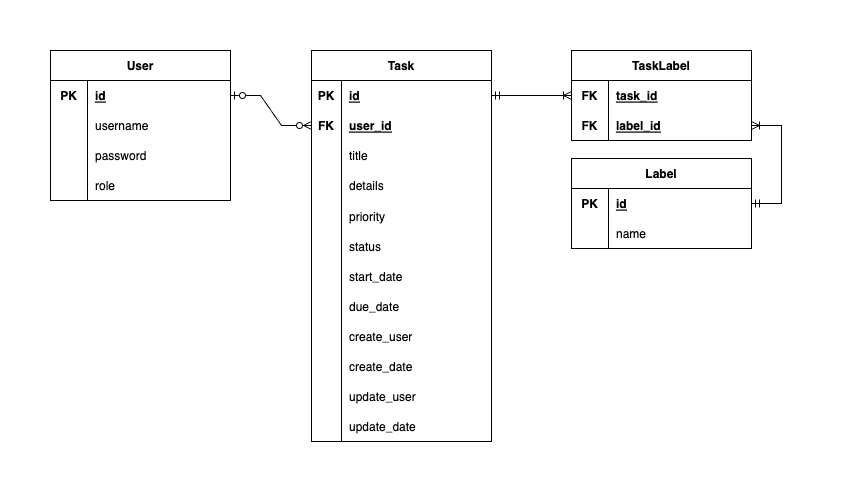
Earlier version of the draw.io export myapp/docs/model.png (everyleaf/el-training). Source tidied: cells renumbered, new cells last; positions are measured from the earlier drawing's top-left corner, leaving out a move shared by most shapes.
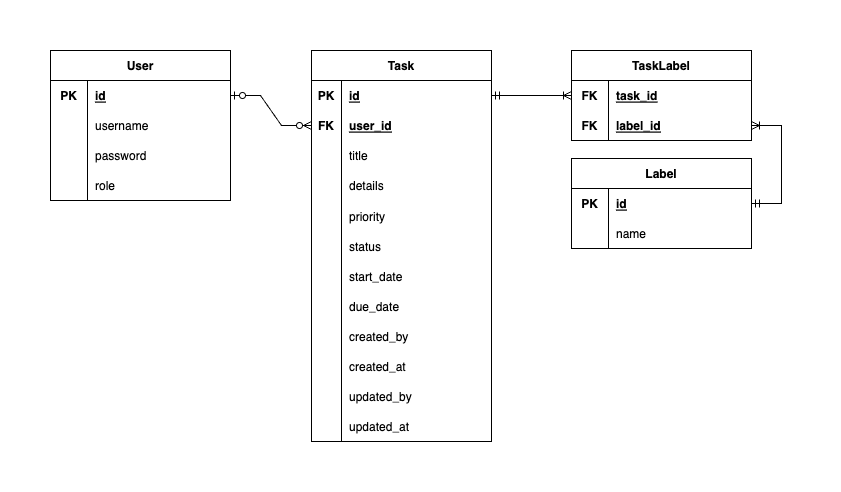
The same file after the commit.

Commit message:
Fix Table name, Column name

The edit, as a diff of the source:
```diff
@@ -125,7 +125,7 @@
     <mxCell id="42" style="shape=partialRectangle;top=0;left=0;bottom=0;right=0;overflow=hidden;labelBackgroundColor=none;labelBorderColor=none;fillColor=none;fontColor=#000000;strokeColor=#000000;rounded=0;" parent="41" vertex="1">
       <mxGeometry width="30" height="30" as="geometry" />
     </mxCell>
-    <mxCell id="43" value="create_user" style="shape=partialRectangle;top=0;left=0;bottom=0;right=0;align=left;spacingLeft=6;overflow=hidden;labelBackgroundColor=none;labelBorderColor=none;fillColor=none;fontColor=#000000;strokeColor=#000000;rounded=0;" parent="41" vertex="1">
+    <mxCell id="43" value="created_by" style="shape=partialRectangle;top=0;left=0;bottom=0;right=0;align=left;spacingLeft=6;overflow=hidden;labelBackgroundColor=none;labelBorderColor=none;fillColor=none;fontColor=#000000;strokeColor=#000000;rounded=0;" parent="41" vertex="1">
       <mxGeometry x="30" width="150" height="30" as="geometry" />
     </mxCell>
     <mxCell id="44" style="shape=tableRow;horizontal=0;startSize=0;swimlaneHead=0;swimlaneBody=0;top=0;left=0;right=0;bottom=0;labelBackgroundColor=none;labelBorderColor=none;fillColor=none;fontColor=#000000;strokeColor=#000000;rounded=0;" parent="15" vertex="1">
@@ -137,7 +137,7 @@
     <mxCell id="46" style="shape=partialRectangle;top=0;left=0;bottom=0;right=0;overflow=hidden;labelBackgroundColor=none;labelBorderColor=none;fillColor=none;fontColor=#000000;strokeColor=#000000;rounded=0;" parent="44" vertex="1">
       <mxGeometry width="30" height="30" as="geometry" />
     </mxCell>
-    <mxCell id="47" value="create_date" style="shape=partialRectangle;top=0;left=0;bottom=0;right=0;align=left;spacingLeft=6;overflow=hidden;labelBackgroundColor=none;labelBorderColor=none;fillColor=none;fontColor=#000000;strokeColor=#000000;rounded=0;" parent="44" vertex="1">
+    <mxCell id="47" value="created_at" style="shape=partialRectangle;top=0;left=0;bottom=0;right=0;align=left;spacingLeft=6;overflow=hidden;labelBackgroundColor=none;labelBorderColor=none;fillColor=none;fontColor=#000000;strokeColor=#000000;rounded=0;" parent="44" vertex="1">
       <mxGeometry x="30" width="150" height="30" as="geometry" />
     </mxCell>
     <mxCell id="48" style="shape=tableRow;horizontal=0;startSize=0;swimlaneHead=0;swimlaneBody=0;top=0;left=0;right=0;bottom=0;labelBackgroundColor=none;labelBorderColor=none;fillColor=none;fontColor=#000000;strokeColor=#000000;rounded=0;" parent="15" vertex="1">
@@ -149,7 +149,7 @@
     <mxCell id="50" style="shape=partialRectangle;top=0;left=0;bottom=0;right=0;overflow=hidden;labelBackgroundColor=none;labelBorderColor=none;fillColor=none;fontColor=#000000;strokeColor=#000000;rounded=0;" parent="48" vertex="1">
       <mxGeometry width="30" height="30" as="geometry" />
     </mxCell>
-    <mxCell id="51" value="update_user" style="shape=partialRectangle;top=0;left=0;bottom=0;right=0;align=left;spacingLeft=6;overflow=hidden;labelBackgroundColor=none;labelBorderColor=none;fillColor=none;fontColor=#000000;strokeColor=#000000;rounded=0;" parent="48" vertex="1">
+    <mxCell id="51" value="updated_by" style="shape=partialRectangle;top=0;left=0;bottom=0;right=0;align=left;spacingLeft=6;overflow=hidden;labelBackgroundColor=none;labelBorderColor=none;fillColor=none;fontColor=#000000;strokeColor=#000000;rounded=0;" parent="48" vertex="1">
       <mxGeometry x="30" width="150" height="30" as="geometry" />
     </mxCell>
     <mxCell id="52" style="shape=tableRow;horizontal=0;startSize=0;swimlaneHead=0;swimlaneBody=0;top=0;left=0;right=0;bottom=0;labelBackgroundColor=none;labelBorderColor=none;fillColor=none;fontColor=#000000;strokeColor=#000000;rounded=0;" parent="15" vertex="1">
@@ -161,7 +161,7 @@
     <mxCell id="54" style="shape=partialRectangle;top=0;left=0;bottom=0;right=0;overflow=hidden;labelBackgroundColor=none;labelBorderColor=none;fillColor=none;fontColor=#000000;strokeColor=#000000;rounded=0;" parent="52" vertex="1">
       <mxGeometry width="30" height="30" as="geometry" />
     </mxCell>
-    <mxCell id="55" value="update_date" style="shape=partialRectangle;top=0;left=0;bottom=0;right=0;align=left;spacingLeft=6;overflow=hidden;labelBackgroundColor=none;labelBorderColor=none;fillColor=none;fontColor=#000000;strokeColor=#000000;rounded=0;" parent="52" vertex="1">
+    <mxCell id="55" value="updated_at" style="shape=partialRectangle;top=0;left=0;bottom=0;right=0;align=left;spacingLeft=6;overflow=hidden;labelBackgroundColor=none;labelBorderColor=none;fillColor=none;fontColor=#000000;strokeColor=#000000;rounded=0;" parent="52" vertex="1">
       <mxGeometry x="30" width="150" height="30" as="geometry" />
     </mxCell>
     <mxCell id="56" value="Label" style="shape=table;startSize=30;rowLines=0;fontStyle=1;align=center;labelBackgroundColor=none;labelBorderColor=none;fillColor=none;fontColor=#000000;strokeColor=#000000;rounded=0;" parent="1" vertex="1">
```
